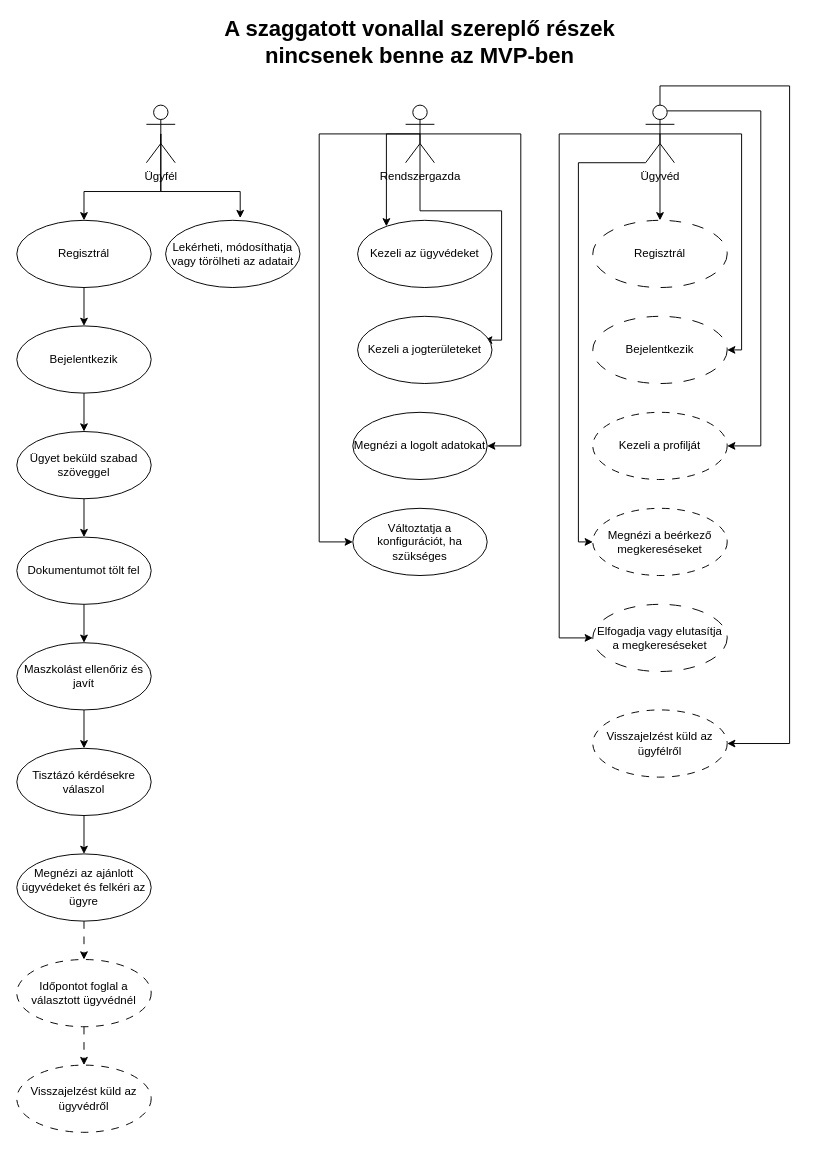
LaszloHerczeg/Thesis keeps this draw.io diagram as docs/Use case-vázlat/use case-vázlat.drawio. Above is the earlier version. Source tidied: cells renumbered, new cells numbered last; positions are measured from the earlier drawing's top-left corner, leaving out a move shared by most shapes. Both pictures are drawn from the tidied source at 96%, with x=0, y=0 at pixel (16, 28).
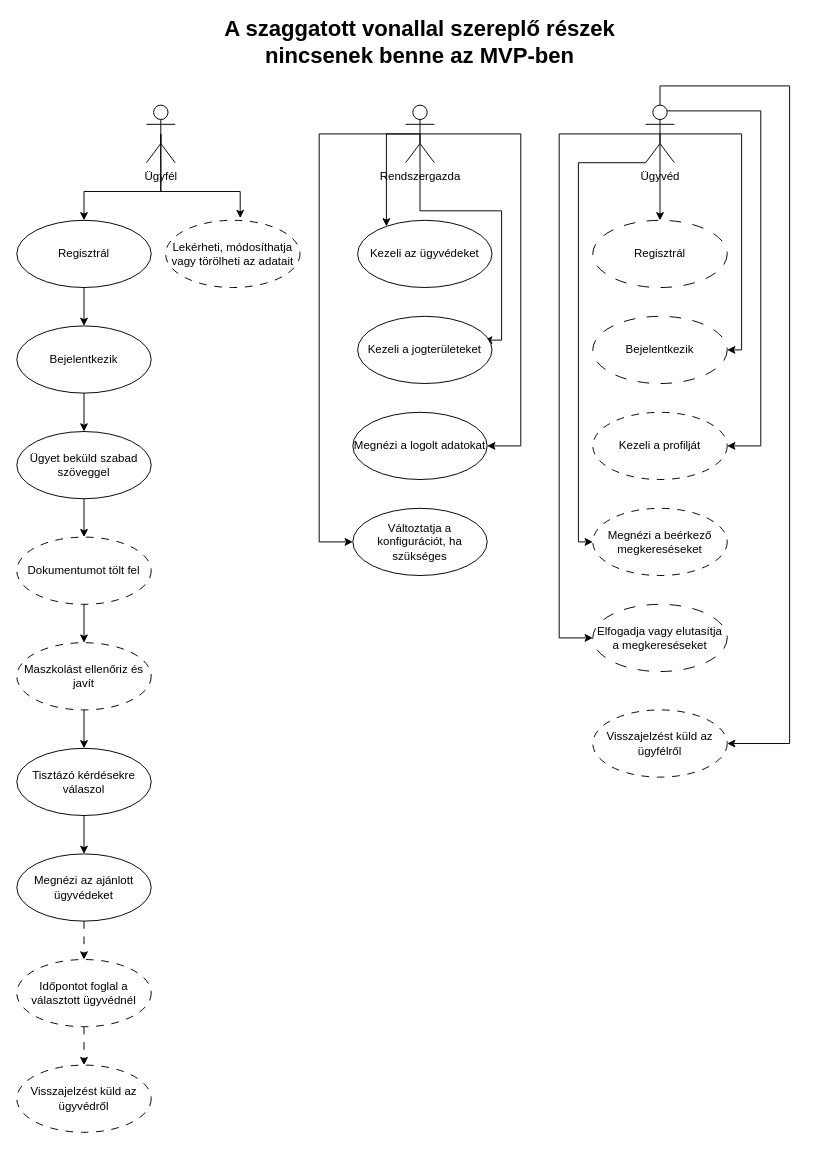
The same diagram, later.

Diff of the diagram source:
```diff
@@
-    <mxCell id="4" value="Lekérheti, módosíthatja vagy törölheti az adatait" style="ellipse;whiteSpace=wrap;html=1;" parent="1" vertex="1">
+    <mxCell id="4" value="Lekérheti, módosíthatja vagy törölheti az adatait" style="ellipse;whiteSpace=wrap;html=1;dashed=1;dashPattern=8 8;" parent="1" vertex="1">
       <mxGeometry x="155" y="200" width="140" height="70" as="geometry" />
     </mxCell>
@@
-    <mxCell id="9" value="Megnézi az ajánlott ügyvédeket és felkéri az ügyre" style="ellipse;whiteSpace=wrap;html=1;" parent="1" vertex="1">
+    <mxCell id="9" value="Megnézi az ajánlott ügyvédeket" style="ellipse;whiteSpace=wrap;html=1;" parent="1" vertex="1">
       <mxGeometry y="860" width="140" height="70" as="geometry" />
     </mxCell>
@@
-    <mxCell id="13" value="Maszkolást ellenőriz és javít" style="ellipse;whiteSpace=wrap;html=1;" parent="1" vertex="1">
+    <mxCell id="13" value="Maszkolást ellenőriz és javít" style="ellipse;whiteSpace=wrap;html=1;dashed=1;dashPattern=8 8;" parent="1" vertex="1">
       <mxGeometry y="640" width="140" height="70" as="geometry" />
     </mxCell>
@@
-    <mxCell id="15" value="Dokumentumot tölt fel" style="ellipse;whiteSpace=wrap;html=1;" parent="1" vertex="1">
+    <mxCell id="15" value="Dokumentumot tölt fel" style="ellipse;whiteSpace=wrap;html=1;dashed=1;dashPattern=8 8;" parent="1" vertex="1">
       <mxGeometry y="530" width="140" height="70" as="geometry" />
     </mxCell>
```
